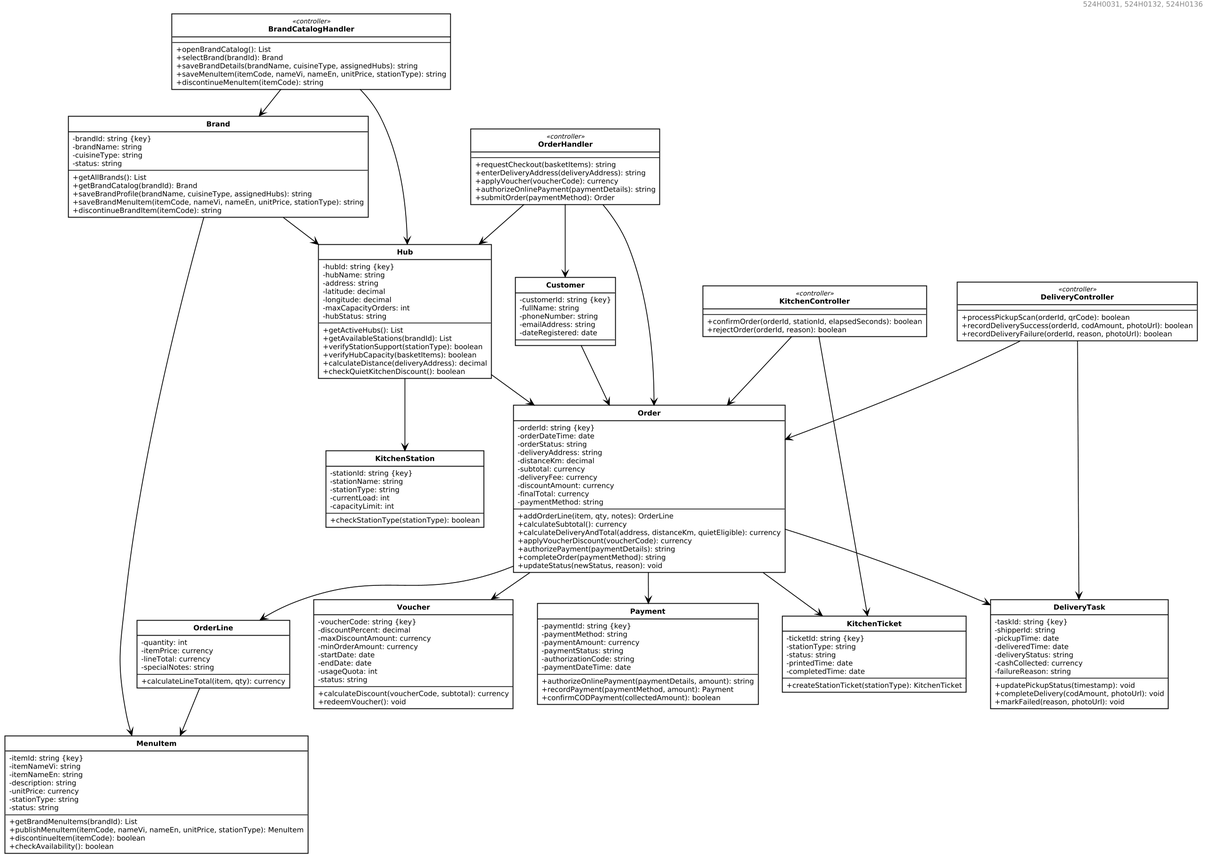
The PlantUML diagram Part_3/models/Figure_4_1_Subsystem_DCD.png in DoQuocTrung06/SaigonBite-RAD-TeamF10, before a commit. Source of this version:
```plantuml
@startuml
skinparam monochrome true
skinparam shadowing false
skinparam backgroundColor #FFFFFF
skinparam defaultFontName Arial
skinparam defaultFontSize 10
skinparam roundcorner 0
skinparam dpi 105
skinparam classAttributeIconSize 0
skinparam nodesep 24
skinparam ranksep 28

skinparam ClassBackgroundColor #FFFFFF
skinparam ClassBorderColor #000000
skinparam ClassBorderThickness 1.2
skinparam ClassFontColor #000000
skinparam ClassFontSize 11
skinparam ClassFontStyle bold
skinparam ClassAttributeFontColor #000000
skinparam ClassAttributeFontSize 10
skinparam ClassStereotypeFontColor #000000
skinparam ClassStereotypeFontSize 9
skinparam ArrowColor #000000
skinparam ArrowThickness 1.1
skinparam dpi 145
skinparam nodesep 34
skinparam ranksep 38

hide circle
top to bottom direction
right header 524H0031, 524H0132, 524H0136

class BrandCatalogHandler <<controller>> {
  --
  +openBrandCatalog(): List
  +selectBrand(brandId): Brand
  +saveBrandDetails(brandName, cuisineType, assignedHubs): string
  +saveMenuItem(itemCode, nameVi, nameEn, unitPrice, stationType): string
  +discontinueMenuItem(itemCode): string
}

class OrderHandler <<controller>> {
  --
  +requestCheckout(basketItems): string
  +enterDeliveryAddress(deliveryAddress): string
  +applyVoucher(voucherCode): currency
  +authorizeOnlinePayment(paymentDetails): string
  +submitOrder(paymentMethod): Order
}

class KitchenController <<controller>> {
  --
  +confirmOrder(orderId, stationId, elapsedSeconds): boolean
  +rejectOrder(orderId, reason): boolean
}

class DeliveryController <<controller>> {
  --
  +processPickupScan(orderId, qrCode): boolean
  +recordDeliverySuccess(orderId, codAmount, photoUrl): boolean
  +recordDeliveryFailure(orderId, reason, photoUrl): boolean
}

class Brand {
  -brandId: string {key}
  -brandName: string
  -cuisineType: string
  -status: string
  --
  +getAllBrands(): List
  +getBrandCatalog(brandId): Brand
  +saveBrandProfile(brandName, cuisineType, assignedHubs): string
  +saveBrandMenuItem(itemCode, nameVi, nameEn, unitPrice, stationType): string
  +discontinueBrandItem(itemCode): string
}

class MenuItem {
  -itemId: string {key}
  -itemNameVi: string
  -itemNameEn: string
  -description: string
  -unitPrice: currency
  -stationType: string
  -status: string
  --
  +getBrandMenuItems(brandId): List
  +publishMenuItem(itemCode, nameVi, nameEn, unitPrice, stationType): MenuItem
  +discontinueItem(itemCode): boolean
  +checkAvailability(): boolean
}

class Hub {
  -hubId: string {key}
  -hubName: string
  -address: string
  -latitude: decimal
  -longitude: decimal
  -maxCapacityOrders: int
  -hubStatus: string
  --
  +getActiveHubs(): List
  +getAvailableStations(brandId): List
  +verifyStationSupport(stationType): boolean
  +verifyHubCapacity(basketItems): boolean
  +calculateDistance(deliveryAddress): decimal
  +checkQuietKitchenDiscount(): boolean
}

class KitchenStation {
  -stationId: string {key}
  -stationName: string
  -stationType: string
  -currentLoad: int
  -capacityLimit: int
  --
  +checkStationType(stationType): boolean
}

class Customer {
  -customerId: string {key}
  -fullName: string
  -phoneNumber: string
  -emailAddress: string
  -dateRegistered: date
  --
}

class Order {
  -orderId: string {key}
  -orderDateTime: date
  -orderStatus: string
  -deliveryAddress: string
  -distanceKm: decimal
  -subtotal: currency
  -deliveryFee: currency
  -discountAmount: currency
  -finalTotal: currency
  -paymentMethod: string
  --
  +addOrderLine(item, qty, notes): OrderLine
  +calculateSubtotal(): currency
  +calculateDeliveryAndTotal(address, distanceKm, quietEligible): currency
  +applyVoucherDiscount(voucherCode): currency
  +authorizePayment(paymentDetails): string
  +completeOrder(paymentMethod): string
  +updateStatus(newStatus, reason): void
}

class OrderLine {
  -quantity: int
  -itemPrice: currency
  -lineTotal: currency
  -specialNotes: string
  --
  +calculateLineTotal(item, qty): currency
}

class Voucher {
  -voucherCode: string {key}
  -discountPercent: decimal
  -maxDiscountAmount: currency
  -minOrderAmount: currency
  -startDate: date
  -endDate: date
  -usageQuota: int
  -status: string
  --
  +calculateDiscount(voucherCode, subtotal): currency
  +redeemVoucher(): void
}

class Payment {
  -paymentId: string {key}
  -paymentMethod: string
  -paymentAmount: currency
  -paymentStatus: string
  -authorizationCode: string
  -paymentDateTime: date
  --
  +authorizeOnlinePayment(paymentDetails, amount): string
  +recordPayment(paymentMethod, amount): Payment
  +confirmCODPayment(collectedAmount): boolean
}

class KitchenTicket {
  -ticketId: string {key}
  -stationType: string
  -status: string
  -printedTime: date
  -completedTime: date
  --
  +createStationTicket(stationType): KitchenTicket
}

class DeliveryTask {
  -taskId: string {key}
  -shipperId: string
  -pickupTime: date
  -deliveredTime: date
  -deliveryStatus: string
  -cashCollected: currency
  -failureReason: string
  --
  +updatePickupStatus(timestamp): void
  +completeDelivery(codAmount, photoUrl): void
  +markFailed(reason, photoUrl): void
}

BrandCatalogHandler --> Brand
BrandCatalogHandler --> Hub
Brand --> Hub
Brand --> MenuItem
Hub --> KitchenStation

OrderHandler --> Customer
OrderHandler --> Hub
OrderHandler --> Order
Customer --> Order
Hub --> Order

KitchenController --> Order
KitchenController --> KitchenTicket
DeliveryController --> DeliveryTask
DeliveryController --> Order

Order --> Voucher
Order --> Payment
Order --> OrderLine
Order --> KitchenTicket
Order --> DeliveryTask
OrderLine --> MenuItem
@enduml
```
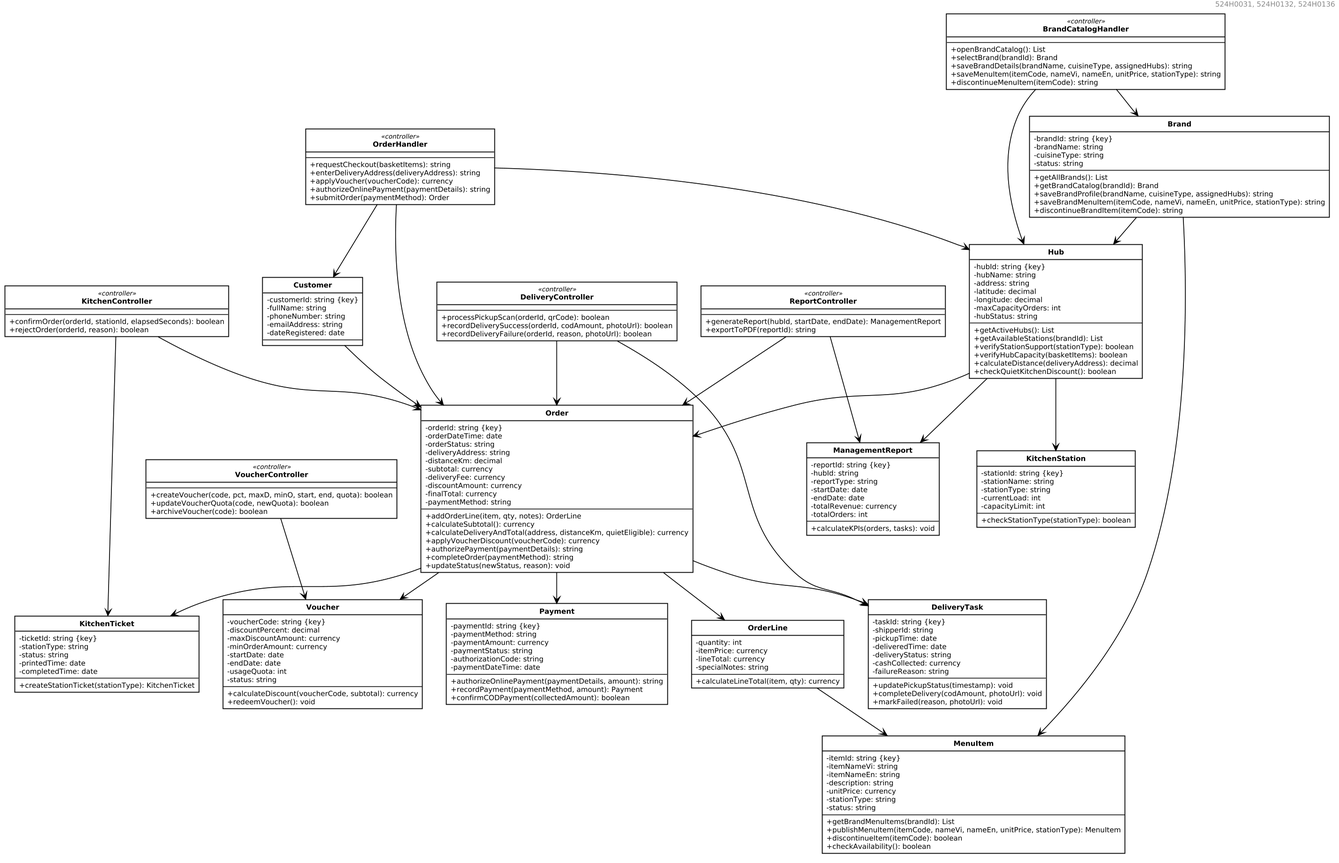
After the commit.

Commit message:
fix(part3): finalize Subsystem DCD, 17-table ERD, UC16 sequence, Appendix 3.7 & Slide 1 title (524H0031)

The edit, as a diff of the source:
```diff
@@ -59,6 +59,19 @@
   +processPickupScan(orderId, qrCode): boolean
   +recordDeliverySuccess(orderId, codAmount, photoUrl): boolean
   +recordDeliveryFailure(orderId, reason, photoUrl): boolean
+}
+
+class VoucherController <<controller>> {
+  --
+  +createVoucher(code, pct, maxD, minO, start, end, quota): boolean
+  +updateVoucherQuota(code, newQuota): boolean
+  +archiveVoucher(code): boolean
+}
+
+class ReportController <<controller>> {
+  --
+  +generateReport(hubId, startDate, endDate): ManagementReport
+  +exportToPDF(reportId): string
 }
 
 class Brand {
@@ -206,6 +219,18 @@
   +markFailed(reason, photoUrl): void
 }
 
+class ManagementReport {
+  -reportId: string {key}
+  -hubId: string
+  -reportType: string
+  -startDate: date
+  -endDate: date
+  -totalRevenue: currency
+  -totalOrders: int
+  --
+  +calculateKPIs(orders, tasks): void
+}
+
 BrandCatalogHandler --> Brand
 BrandCatalogHandler --> Hub
 Brand --> Hub
@@ -222,6 +247,10 @@
 KitchenController --> KitchenTicket
 DeliveryController --> DeliveryTask
 DeliveryController --> Order
+VoucherController --> Voucher
+ReportController --> ManagementReport
+ReportController --> Order
+Hub --> ManagementReport
 
 Order --> Voucher
 Order --> Payment
```
